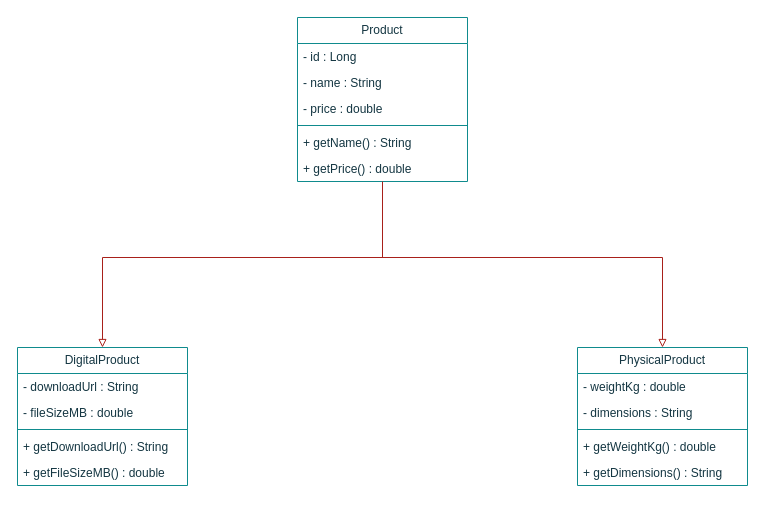
Above: docs/uml/product-hierarchy.drawio in arlo19/products-api (draw.io), before the change. Source tidied: cells renumbered, new cells numbered last; positions are measured from the earlier drawing's top-left corner, leaving out a move shared by most shapes. Both pictures are drawn from the tidied source at 100%, with x=0, y=0 at pixel (17, 17).
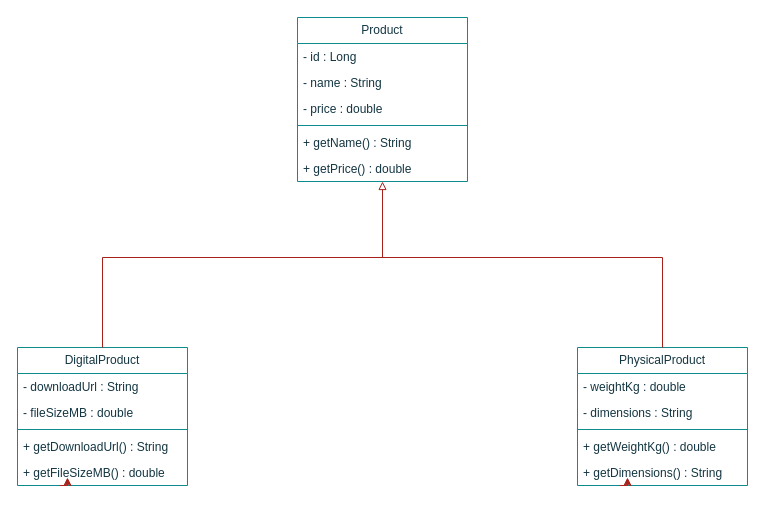
The same diagram, later.

Commit message:
Tutorial 4: inheritance hierarchy - DigitalProduct and PhysicalProduct

The change refers to these unchanged cells:
```xml
<mxCell id="2" value="Product" style="swimlane;fontStyle=0;horizontal=1;startSize=26;fillColor=none;whiteSpace=wrap;html=1;labelBackgroundColor=none;strokeColor=#0F8B8D;fontColor=#143642;" parent="1" vertex="1">
  <mxGeometry x="280" width="170" height="164" as="geometry" />
</mxCell>
<mxCell id="10" value="DigitalProduct" style="swimlane;fontStyle=0;horizontal=1;startSize=26;fillColor=none;whiteSpace=wrap;html=1;labelBackgroundColor=none;strokeColor=#0F8B8D;fontColor=#143642;" parent="1" vertex="1">
  <mxGeometry y="330" width="170" height="138" as="geometry" />
</mxCell>
<mxCell id="15" value="+ getFileSizeMB() : double" style="text;strokeColor=none;fillColor=none;align=left;verticalAlign=top;spacingLeft=4;spacingRight=4;overflow=hidden;points=[[0,0.5],[1,0.5]];portConstraint=eastwest;whiteSpace=wrap;html=1;labelBackgroundColor=none;fontColor=#143642;" parent="10" vertex="1">
  <mxGeometry y="112" width="170" height="26" as="geometry" />
</mxCell>
<mxCell id="16" value="PhysicalProduct" style="swimlane;fontStyle=0;horizontal=1;startSize=26;fillColor=none;whiteSpace=wrap;html=1;labelBackgroundColor=none;strokeColor=#0F8B8D;fontColor=#143642;" parent="1" vertex="1">
  <mxGeometry x="560" y="330" width="170" height="138" as="geometry" />
</mxCell>
<mxCell id="21" value="+ getDimensions() : String" style="text;strokeColor=none;fillColor=none;align=left;verticalAlign=top;spacingLeft=4;spacingRight=4;overflow=hidden;points=[[0,0.5],[1,0.5]];portConstraint=eastwest;whiteSpace=wrap;html=1;labelBackgroundColor=none;fontColor=#143642;" parent="16" vertex="1">
  <mxGeometry y="112" width="170" height="26" as="geometry" />
</mxCell>
```

Change to the diagram source:
```diff
@@
-    <mxCell id="9" style="endArrow=none;html=1;rounded=0;defaultLabelBackgroundColor=page;labelPadding=0 4;entryX=0.5;entryY=1;entryDx=0;entryDy=0;strokeColor=#A8201A;fontColor=default;" parent="1" edge="1" target="2">
+    <mxCell id="9" style="endArrow=block;html=1;rounded=0;defaultLabelBackgroundColor=page;labelPadding=0 4;entryX=0.5;entryY=1;entryDx=0;entryDy=0;strokeColor=#A8201A;fontColor=default;startArrow=none;startFill=0;endFill=0;" parent="1" edge="1" target="2">
       <mxGeometry relative="1" as="geometry">
         <mxPoint x="365" y="240" as="sourcePoint" />
       </mxGeometry>
     </mxCell>
@@
+    <mxCell id="23" style="edgeStyle=orthogonalEdgeStyle;rounded=0;jettySize=auto;html=1;exitX=0.25;exitY=1;exitDx=0;exitDy=0;entryX=0.294;entryY=0.692;entryDx=0;entryDy=0;entryPerimeter=0;defaultLabelBackgroundColor=page;labelPadding=0 4;strokeColor=#A8201A;fontColor=default;" parent="10" edge="1" source="10" target="15">
+      <mxGeometry relative="1" as="geometry" />
+    </mxCell>
@@
+    <mxCell id="24" style="edgeStyle=orthogonalEdgeStyle;rounded=0;jettySize=auto;html=1;exitX=0.25;exitY=1;exitDx=0;exitDy=0;entryX=0.294;entryY=0.692;entryDx=0;entryDy=0;entryPerimeter=0;defaultLabelBackgroundColor=page;labelPadding=0 4;strokeColor=#A8201A;fontColor=default;" parent="16" edge="1" source="16" target="21">
+      <mxGeometry relative="1" as="geometry" />
+    </mxCell>
-    <mxCell id="22" style="endArrow=block;html=1;rounded=0;defaultLabelBackgroundColor=page;labelPadding=0 4;exitX=0.5;exitY=0;exitDx=0;exitDy=0;entryX=0.5;entryY=0;entryDx=0;entryDy=0;endFill=0;startArrow=block;startFill=0;strokeColor=#A8201A;fontColor=default;" parent="1" edge="1" source="10" target="16">
+    <mxCell id="22" style="endArrow=none;html=1;rounded=0;defaultLabelBackgroundColor=page;labelPadding=0 4;exitX=0.5;exitY=0;exitDx=0;exitDy=0;entryX=0.5;entryY=0;entryDx=0;entryDy=0;endFill=0;startArrow=none;startFill=0;strokeColor=#A8201A;fontColor=default;" parent="1" edge="1" source="10" target="16">
       <mxGeometry relative="1" as="geometry">
         <Array as="points">
           <mxPoint x="85" y="240" />
           <mxPoint x="645" y="240" />
         </Array>
       </mxGeometry>
     </mxCell>
```
